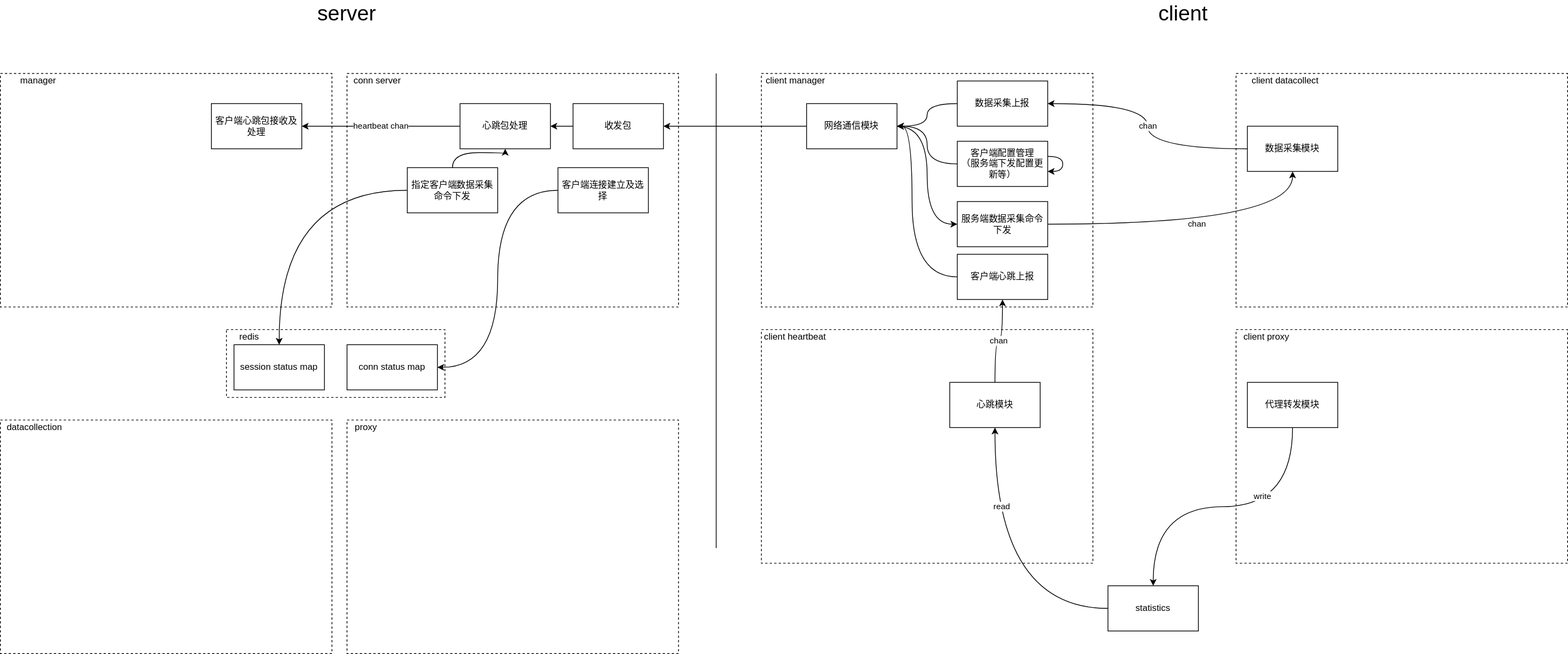
This is tc_客户端模块设计.svg from c17abab/diag_pics, a draw.io export, as it was before one commit. Source tidied: cells renumbered, new cells last; positions are measured from the earlier drawing's top-left corner, leaving out a move shared by most shapes.
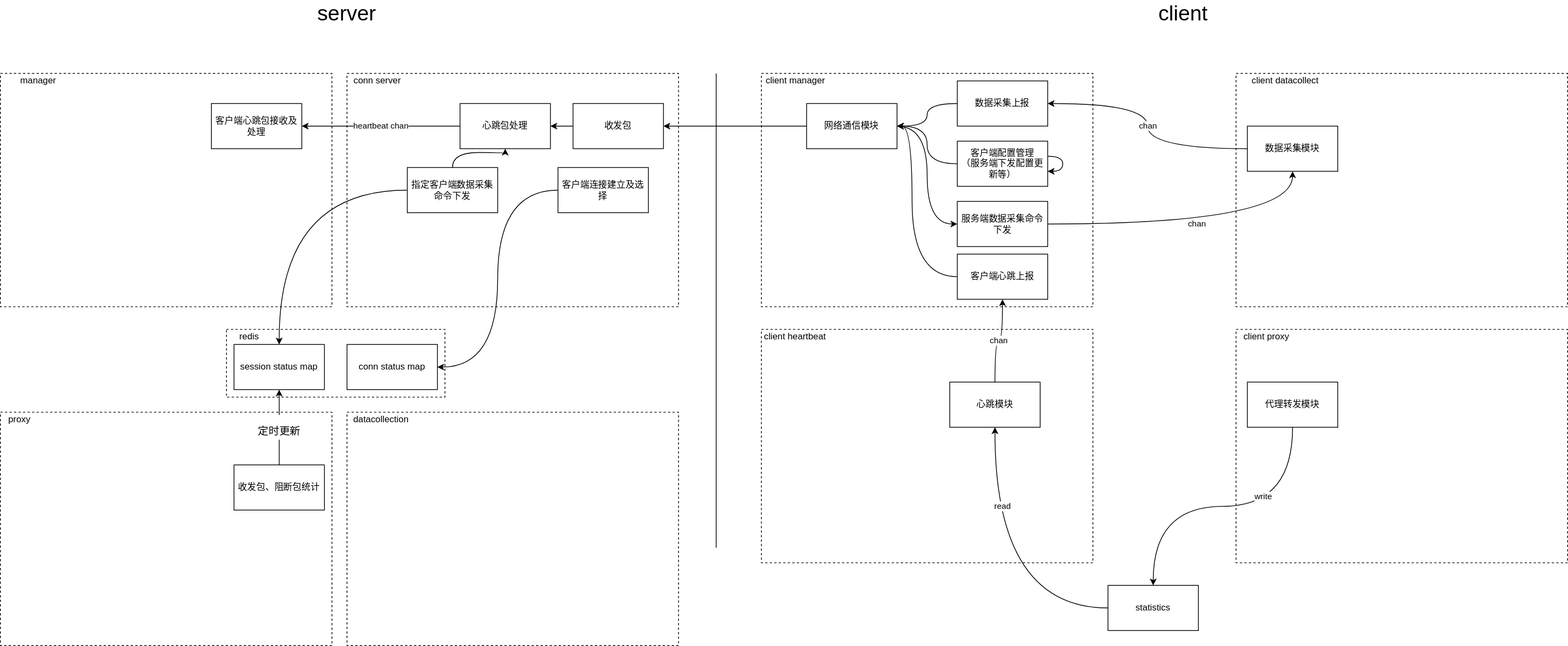
The same diagram one commit later.

Commit message:
更新tc_客户端模块设计.svg

What changed in the source:
```diff
@@ -160,7 +160,7 @@
       <mxGeometry x="740" y="215" width="120" height="60" as="geometry" />
     </mxCell>
     <mxCell id="50" style="group;" parent="1" vertex="1">
-      <mxGeometry y="550" width="440" height="310" as="geometry" />
+      <mxGeometry x="460" y="540" width="440" height="310" as="geometry" />
     </mxCell>
     <mxCell id="51" style="rounded=0;whiteSpace=wrap;html=1;dashed=1;fillColor=none;" parent="50" vertex="1">
       <mxGeometry width="440" height="310" as="geometry" />
@@ -169,7 +169,7 @@
       <mxGeometry width="90" height="20" as="geometry" />
     </mxCell>
     <mxCell id="53" style="group;" parent="1" vertex="1">
-      <mxGeometry x="460" y="550" width="440" height="310" as="geometry" />
+      <mxGeometry y="540" width="440" height="310" as="geometry" />
     </mxCell>
     <mxCell id="54" style="rounded=0;whiteSpace=wrap;html=1;dashed=1;fillColor=none;" parent="53" vertex="1">
       <mxGeometry width="440" height="310" as="geometry" />
@@ -177,6 +177,9 @@
     <mxCell id="55" value="proxy" style="text;html=1;align=center;verticalAlign=middle;fillColor=none;strokeColor=none;rounded=0;" parent="53" vertex="1">
       <mxGeometry width="50" height="20" as="geometry" />
     </mxCell>
+    <mxCell id="62" value="收发包、阻断包统计" style="whiteSpace=wrap;html=1;rounded=0;" parent="53" vertex="1">
+      <mxGeometry x="310" y="70" width="120" height="60" as="geometry" />
+    </mxCell>
     <mxCell id="56" style="group;" parent="1" vertex="1">
       <mxGeometry x="300" y="430" width="290" height="90" as="geometry" />
     </mxCell>
@@ -195,5 +198,8 @@
     <mxCell id="61" style="edgeStyle=orthogonalEdgeStyle;curved=1;rounded=0;jettySize=auto;html=1;fontSize=28;" parent="1" edge="1" source="7" target="58">
       <mxGeometry relative="1" as="geometry" />
     </mxCell>
+    <mxCell id="63" value="&lt;font style=&quot;font-size: 14px&quot;&gt;定时更新&lt;/font&gt;" style="edgeStyle=orthogonalEdgeStyle;curved=1;rounded=0;jettySize=auto;html=1;entryX=0.5;entryY=1;entryDx=0;entryDy=0;fontSize=28;" parent="1" edge="1" source="62" target="58">
+      <mxGeometry relative="1" as="geometry" />
+    </mxCell>
   </root>
 </mxGraphModel>
```
